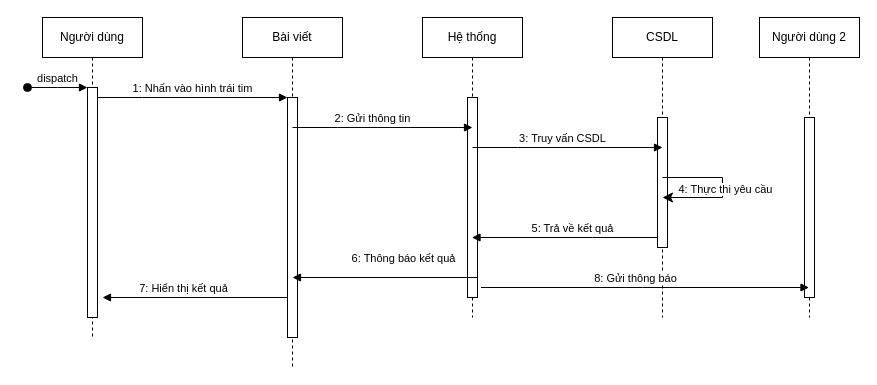
Above: page "Like/Unlike" (2 of 7) of Sequence diagram.drawio in Graphene101102/Mern-app-X (draw.io), before the change. Source tidied: cells renumbered, new cells numbered last; positions are measured from the earlier drawing's top-left corner, leaving out a move shared by most shapes. Both pictures are drawn from the tidied source at 100%, with x=0, y=0 at pixel (27, 17).
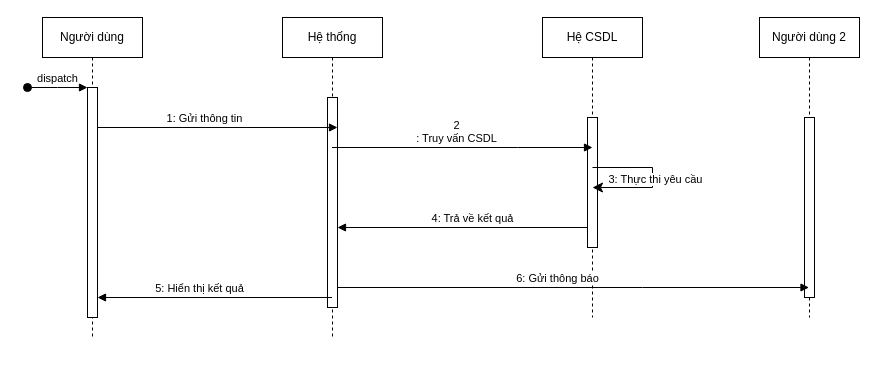
Above is the later version.

Unchanged cells that the change refers to:
```xml
<mxCell id="3" style="html=1;points=[];perimeter=orthogonalPerimeter;outlineConnect=0;targetShapes=umlLifeline;portConstraint=eastwest;newEdgeStyle={&quot;edgeStyle&quot;:&quot;elbowEdgeStyle&quot;,&quot;elbow&quot;:&quot;vertical&quot;,&quot;curved&quot;:0,&quot;rounded&quot;:0};" parent="2" vertex="1">
  <mxGeometry x="45" y="70" width="10" height="230" as="geometry" />
</mxCell>
<mxCell id="9" style="html=1;points=[];perimeter=orthogonalPerimeter;outlineConnect=0;targetShapes=umlLifeline;portConstraint=eastwest;newEdgeStyle={&quot;edgeStyle&quot;:&quot;elbowEdgeStyle&quot;,&quot;elbow&quot;:&quot;vertical&quot;,&quot;curved&quot;:0,&quot;rounded&quot;:0};" parent="8" vertex="1">
  <mxGeometry x="45" y="100" width="10" height="130" as="geometry" />
</mxCell>
<mxCell id="19" value="Người dùng 2" style="shape=umlLifeline;perimeter=lifelinePerimeter;whiteSpace=wrap;html=1;outlineConnect=0;portConstraint=eastwest;newEdgeStyle={&quot;edgeStyle&quot;:&quot;elbowEdgeStyle&quot;,&quot;elbow&quot;:&quot;vertical&quot;,&quot;curved&quot;:0,&quot;rounded&quot;:0};" parent="1" vertex="1">
  <mxGeometry x="732" width="100" height="300" as="geometry" />
</mxCell>
```

Change to the diagram source:
```diff
@@
-    <mxCell id="5" value="Bài viết" style="shape=umlLifeline;perimeter=lifelinePerimeter;whiteSpace=wrap;html=1;newEdgeStyle={&quot;edgeStyle&quot;:&quot;elbowEdgeStyle&quot;,&quot;elbow&quot;:&quot;vertical&quot;,&quot;curved&quot;:0,&quot;rounded&quot;:0};" parent="1" vertex="1">
-      <mxGeometry x="215" width="100" height="350" as="geometry" />
-    </mxCell>
-    <mxCell id="6" style="html=1;points=[];perimeter=orthogonalPerimeter;outlineConnect=0;targetShapes=umlLifeline;portConstraint=eastwest;newEdgeStyle={&quot;edgeStyle&quot;:&quot;elbowEdgeStyle&quot;,&quot;elbow&quot;:&quot;vertical&quot;,&quot;curved&quot;:0,&quot;rounded&quot;:0};" parent="5" vertex="1">
-      <mxGeometry x="45" y="80" width="10" height="240" as="geometry" />
-    </mxCell>
-    <mxCell id="7" value="1: Nhấn vào hình trái tim" style="html=1;verticalAlign=bottom;endArrow=block;edgeStyle=elbowEdgeStyle;elbow=vertical;curved=0;rounded=0;" parent="1" edge="1" source="3" target="6">
-      <mxGeometry relative="1" as="geometry">
-        <Array as="points">
-          <mxPoint x="115" y="80" />
-        </Array>
-      </mxGeometry>
-    </mxCell>
-    <mxCell id="8" value="CSDL" style="shape=umlLifeline;perimeter=lifelinePerimeter;whiteSpace=wrap;html=1;newEdgeStyle={&quot;edgeStyle&quot;:&quot;elbowEdgeStyle&quot;,&quot;elbow&quot;:&quot;vertical&quot;,&quot;curved&quot;:0,&quot;rounded&quot;:0};" parent="1" vertex="1">
-      <mxGeometry x="585" width="100" height="300" as="geometry" />
+    <mxCell id="8" value="Hệ CSDL" style="shape=umlLifeline;perimeter=lifelinePerimeter;whiteSpace=wrap;html=1;newEdgeStyle={&quot;edgeStyle&quot;:&quot;elbowEdgeStyle&quot;,&quot;elbow&quot;:&quot;vertical&quot;,&quot;curved&quot;:0,&quot;rounded&quot;:0};" parent="1" vertex="1">
+      <mxGeometry x="515" width="100" height="300" as="geometry" />
     </mxCell>
@@
     <mxCell id="10" value="Hệ thống" style="shape=umlLifeline;perimeter=lifelinePerimeter;whiteSpace=wrap;html=1;outlineConnect=0;portConstraint=eastwest;newEdgeStyle={&quot;edgeStyle&quot;:&quot;elbowEdgeStyle&quot;,&quot;elbow&quot;:&quot;vertical&quot;,&quot;curved&quot;:0,&quot;rounded&quot;:0};" parent="1" vertex="1">
-      <mxGeometry x="395" width="100" height="300" as="geometry" />
+      <mxGeometry x="255" width="100" height="320" as="geometry" />
     </mxCell>
     <mxCell id="11" style="html=1;points=[];perimeter=orthogonalPerimeter;outlineConnect=0;targetShapes=umlLifeline;portConstraint=eastwest;newEdgeStyle={&quot;edgeStyle&quot;:&quot;elbowEdgeStyle&quot;,&quot;elbow&quot;:&quot;vertical&quot;,&quot;curved&quot;:0,&quot;rounded&quot;:0};" parent="10" vertex="1">
-      <mxGeometry x="45" y="80" width="10" height="200" as="geometry" />
+      <mxGeometry x="45" y="80" width="10" height="210" as="geometry" />
     </mxCell>
-    <mxCell id="12" value="2: Gửi thông tin" style="html=1;verticalAlign=bottom;endArrow=block;edgeStyle=elbowEdgeStyle;elbow=vertical;curved=0;rounded=0;" parent="1" edge="1">
+    <mxCell id="12" value="1: Gửi thông tin" style="html=1;verticalAlign=bottom;endArrow=block;edgeStyle=elbowEdgeStyle;elbow=vertical;curved=0;rounded=0;" parent="1" edge="1" source="3">
       <mxGeometry x="-0.11" relative="1" as="geometry">
-        <mxPoint x="265" y="110" as="sourcePoint" />
-        <mxPoint x="445" y="110" as="targetPoint" />
+        <mxPoint x="310" y="110" as="targetPoint" />
         <Array as="points">
           <mxPoint x="310" y="110" />
         </Array>
       </mxGeometry>
     </mxCell>
-    <mxCell id="13" value="3: Truy vấn CSDL" style="html=1;verticalAlign=bottom;endArrow=block;edgeStyle=elbowEdgeStyle;elbow=vertical;curved=0;rounded=0;" parent="1" edge="1">
+    <mxCell id="13" value="2&lt;div&gt;: Truy vấn CSDL&lt;/div&gt;" style="html=1;verticalAlign=bottom;endArrow=block;edgeStyle=elbowEdgeStyle;elbow=vertical;curved=0;rounded=0;" parent="1" edge="1" source="10">
       <mxGeometry x="-0.05" relative="1" as="geometry">
-        <mxPoint x="445" y="130" as="sourcePoint" />
-        <mxPoint x="635" y="130" as="targetPoint" />
+        <mxPoint x="565" y="130" as="targetPoint" />
         <Array as="points">
           <mxPoint x="490" y="130" />
         </Array>
       </mxGeometry>
     </mxCell>
-    <mxCell id="14" value="5: Trả về kết quả" style="html=1;verticalAlign=bottom;endArrow=block;edgeStyle=elbowEdgeStyle;elbow=vertical;curved=0;rounded=0;" parent="1" edge="1">
+    <mxCell id="14" value="4: Trả về kết quả" style="html=1;verticalAlign=bottom;endArrow=block;edgeStyle=elbowEdgeStyle;elbow=vertical;curved=0;rounded=0;" parent="1" edge="1" source="9" target="11">
       <mxGeometry x="-0.08" relative="1" as="geometry">
-        <mxPoint x="630" y="220" as="sourcePoint" />
-        <mxPoint x="444.5" y="220" as="targetPoint" />
         <Array as="points">
-          <mxPoint x="565" y="220" />
+          <mxPoint x="446.5" y="210" />
         </Array>
       </mxGeometry>
     </mxCell>
-    <mxCell id="15" value="6: Thông báo kết quả" style="html=1;verticalAlign=bottom;endArrow=block;edgeStyle=elbowEdgeStyle;elbow=vertical;curved=0;rounded=0;" parent="1" edge="1">
-      <mxGeometry x="-0.19" y="-10" relative="1" as="geometry">
-        <mxPoint x="450.5" y="260" as="sourcePoint" />
-        <mxPoint x="265" y="260" as="targetPoint" />
-        <Array as="points">
-          <mxPoint x="385.5" y="260" />
-        </Array>
-      </mxGeometry>
-    </mxCell>
-    <mxCell id="16" value="7: Hiển thị kết quả" style="html=1;verticalAlign=bottom;endArrow=block;edgeStyle=elbowEdgeStyle;elbow=vertical;curved=0;rounded=0;" parent="1" edge="1">
+    <mxCell id="16" value="5: Hiển thị kết quả" style="html=1;verticalAlign=bottom;endArrow=block;edgeStyle=elbowEdgeStyle;elbow=vertical;curved=0;rounded=0;" parent="1" edge="1" source="10" target="3">
       <mxGeometry x="0.14" relative="1" as="geometry">
-        <mxPoint x="260.5" y="280" as="sourcePoint" />
-        <mxPoint x="75" y="280" as="targetPoint" />
         <Array as="points">
           <mxPoint x="195.5" y="280" />
         </Array>
         <mxPoint x="1" as="offset" />
       </mxGeometry>
     </mxCell>
     <mxCell id="17" style="edgeStyle=elbowEdgeStyle;elbow=horizontal;endArrow=classic;html=1;curved=0;rounded=0;endSize=8;startSize=8;" parent="1" edge="1">
       <mxGeometry relative="1" as="geometry">
-        <mxPoint x="635" y="160" as="sourcePoint" />
-        <mxPoint x="635" y="180" as="targetPoint" />
+        <mxPoint x="565" y="150" as="sourcePoint" />
+        <mxPoint x="565" y="170" as="targetPoint" />
         <Array as="points">
-          <mxPoint x="695" y="175" />
+          <mxPoint x="625" y="165" />
         </Array>
       </mxGeometry>
     </mxCell>
-    <mxCell id="18" value="4: Thực thi yêu cầu" style="edgeLabel;html=1;align=center;verticalAlign=middle;" parent="17" vertex="1">
+    <mxCell id="18" value="3: Thực thi yêu cầu" style="edgeLabel;html=1;align=center;verticalAlign=middle;" parent="17" vertex="1">
       <mxGeometry x="-0.09" y="2" relative="1" as="geometry">
         <mxPoint y="7" as="offset" />
       </mxGeometry>
     </mxCell>
@@
-    <mxCell id="21" value="8: Gửi thông báo" style="html=1;verticalAlign=bottom;endArrow=block;edgeStyle=elbowEdgeStyle;elbow=vertical;curved=0;rounded=0;" parent="1" edge="1" target="19">
+    <mxCell id="21" value="6: Gửi thông báo" style="html=1;verticalAlign=bottom;endArrow=block;edgeStyle=elbowEdgeStyle;elbow=vertical;curved=0;rounded=0;" parent="1" edge="1" source="11" target="19">
       <mxGeometry x="-0.07" relative="1" as="geometry">
-        <mxPoint x="453.5" y="270" as="sourcePoint" />
         <Array as="points">
           <mxPoint x="615" y="270" />
         </Array>
         <mxPoint x="1" as="offset" />
       </mxGeometry>
     </mxCell>
```
